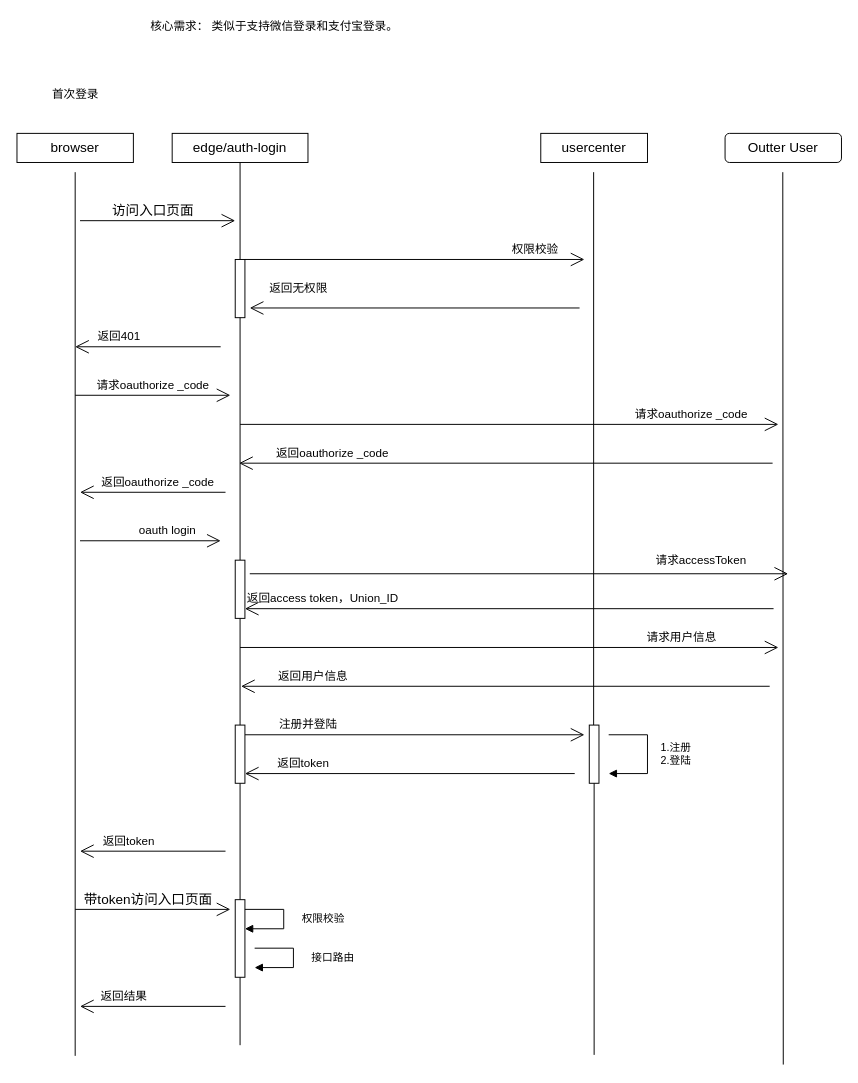
wang86924324/workstation keeps this draw.io diagram as page "三方登录" (2 of 2) of usercenter&auth.drawio. Above is the earlier version. Source tidied: cells renumbered, new cells numbered last; positions are measured from the earlier drawing's top-left corner, leaving out a move shared by most shapes. Both pictures are drawn from the tidied source at 97%, with x=0, y=0 at pixel (16, 16).
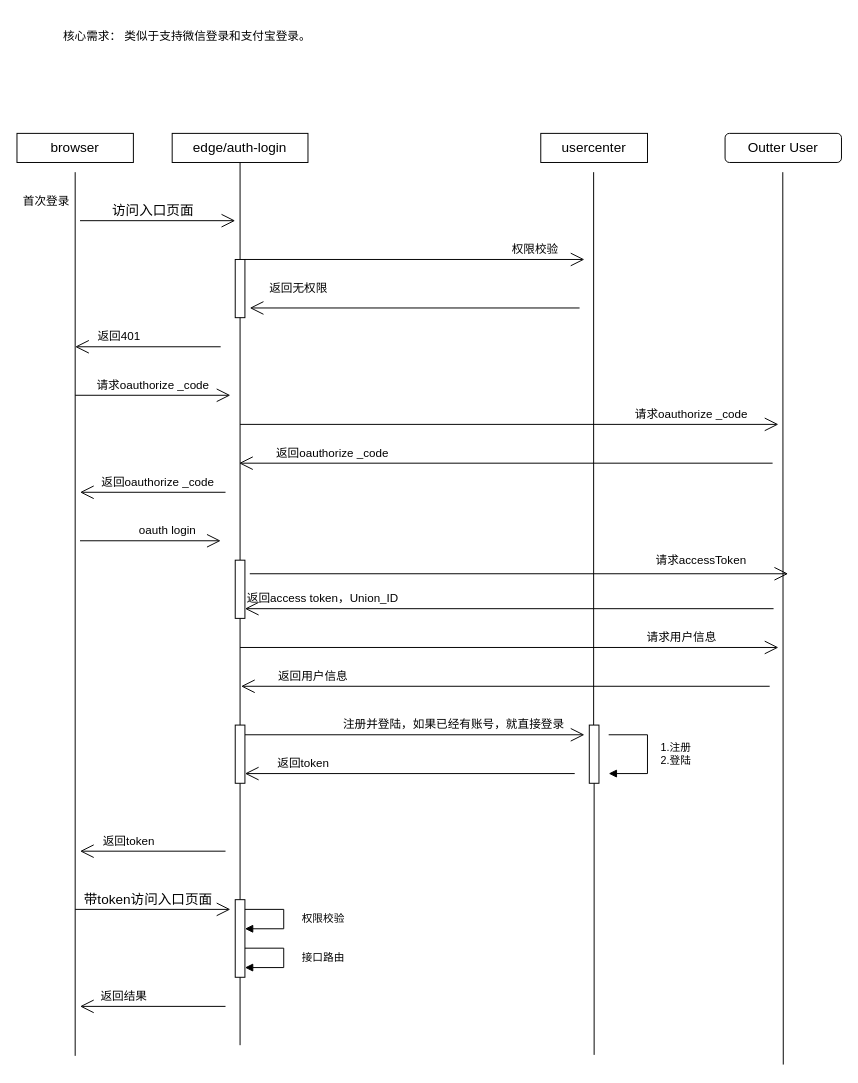
The same page after the edit.

The edit, as a diff of the source:
```diff
@@
     <mxCell id="2" value="核心需求： 类似于支持微信登录和支付宝登录。" style="text;html=1;align=center;verticalAlign=middle;strokeColor=none;" parent="1" vertex="1">
-      <mxGeometry x="130" width="270" height="20" as="geometry" />
+      <mxGeometry x="40" y="10" width="270" height="20" as="geometry" />
     </mxCell>
@@
-    <mxCell id="38" value="注册并登陆" style="text;html=1;align=center;verticalAlign=middle;strokeColor=none;" parent="1" vertex="1">
-      <mxGeometry x="260" y="720" width="80" height="20" as="geometry" />
+    <mxCell id="38" value="注册并登陆，如果已经有账号，就直接登录" style="text;html=1;align=center;verticalAlign=middle;strokeColor=none;" parent="1" vertex="1">
+      <mxGeometry x="330" y="720" width="240" height="20" as="geometry" />
     </mxCell>
@@
     <mxCell id="55" value="接口路由" style="edgeStyle=orthogonalEdgeStyle;html=1;align=left;spacingLeft=2;endArrow=block;rounded=0;" parent="1" edge="1">
       <mxGeometry y="15" relative="1" as="geometry">
-        <mxPoint x="245" y="960" as="sourcePoint" />
-        <mxPoint x="245" y="980" as="targetPoint" />
+        <mxPoint x="235" y="960" as="sourcePoint" />
+        <mxPoint x="235" y="980" as="targetPoint" />
         <Array as="points">
-          <mxPoint x="285" y="960" />
-          <mxPoint x="285" y="980" />
-          <mxPoint x="245" y="980" />
+          <mxPoint x="275" y="960" />
+          <mxPoint x="275" y="980" />
+          <mxPoint x="235" y="980" />
         </Array>
       </mxGeometry>
     </mxCell>
@@
     <mxCell id="58" value="首次登录" style="text;html=1;align=center;verticalAlign=middle;strokeColor=none;" parent="1" vertex="1">
-      <mxGeometry x="30" y="70" width="60" height="20" as="geometry" />
+      <mxGeometry y="180" width="60" height="20" as="geometry" />
     </mxCell>
```
